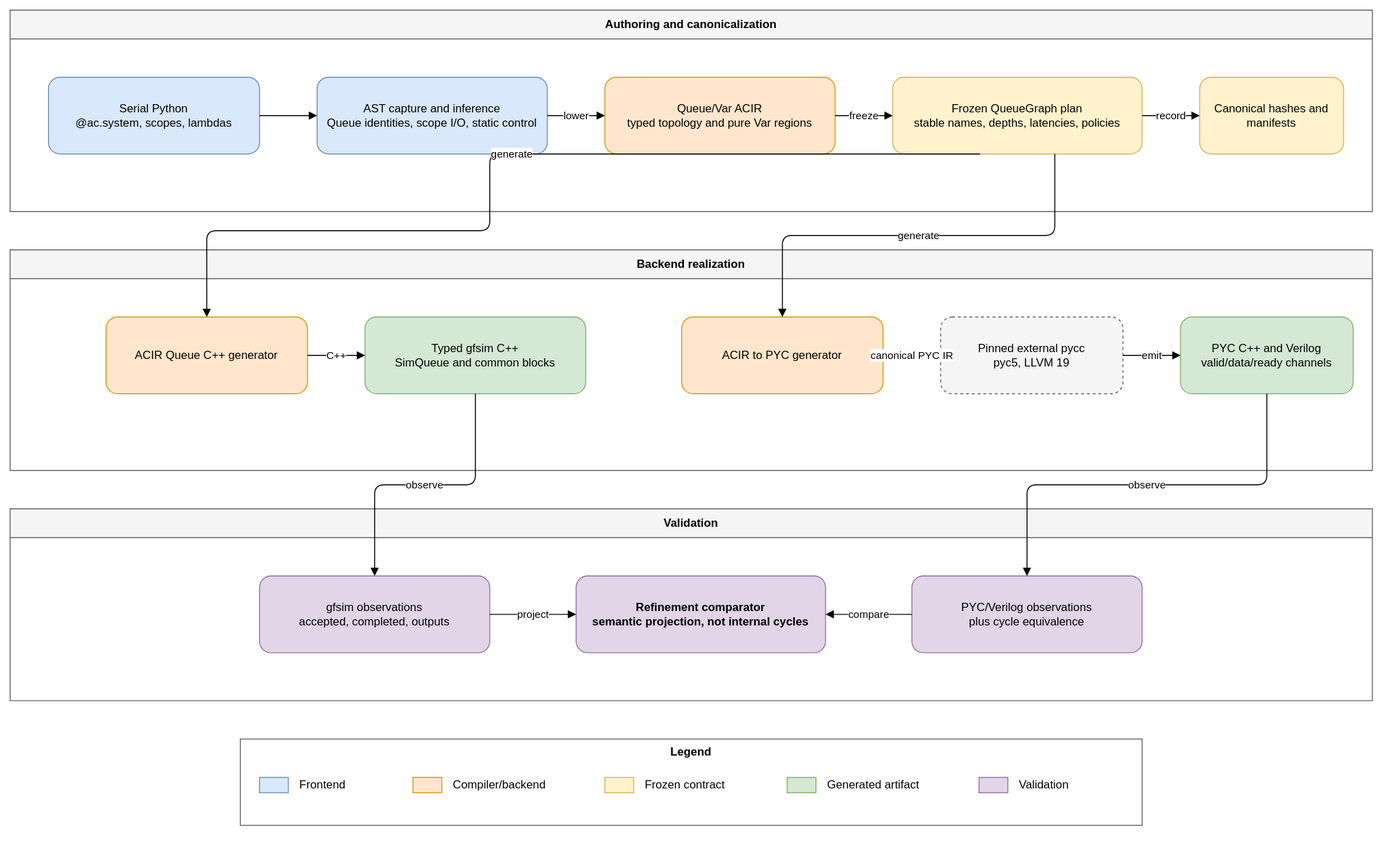
Before: components/agentic-circuit/docs/spec/images/agentic-circuit-pipeline.svg, a diagram exported from draw.io (LinxISA/pyCircuit). Source tidied: cells renumbered, new cells last; positions are measured from the earlier drawing's top-left corner, leaving out a move shared by most shapes.
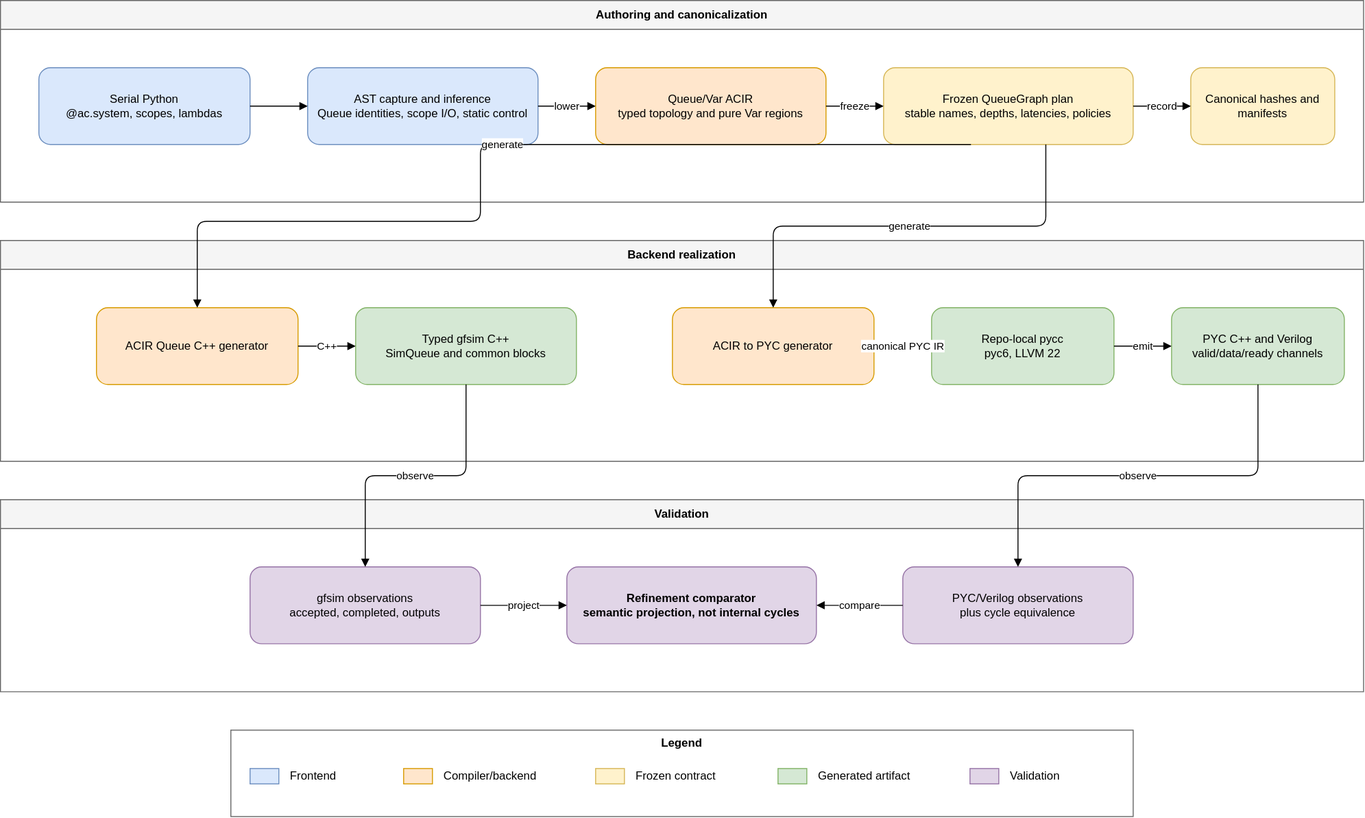
After the commit.

Commit message:
docs(acir): refresh the pyc6 integration diagram

Diff of the diagram source:
```diff
@@ -32,7 +32,7 @@
     <mxCell id="11" value="ACIR to PYC generator" style="rounded=1;whiteSpace=wrap;html=1;fillColor=#ffe6cc;strokeColor=#d79b00;" parent="8" vertex="1">
       <mxGeometry x="700" y="70" width="210" height="80" as="geometry" />
     </mxCell>
-    <mxCell id="12" value="Pinned external pycc&#10;pyc5, LLVM 19" style="rounded=1;whiteSpace=wrap;html=1;dashed=1;fillColor=#f5f5f5;strokeColor=#666666;" parent="8" vertex="1">
+    <mxCell id="12" value="Repo-local pycc&#10;pyc6, LLVM 22" style="rounded=1;whiteSpace=wrap;html=1;fillColor=#d5e8d4;strokeColor=#82b366;" parent="8" vertex="1">
       <mxGeometry x="970" y="70" width="190" height="80" as="geometry" />
     </mxCell>
     <mxCell id="13" value="PYC C++ and Verilog&#10;valid/data/ready channels" style="rounded=1;whiteSpace=wrap;html=1;fillColor=#d5e8d4;strokeColor=#82b366;" parent="8" vertex="1">
```
